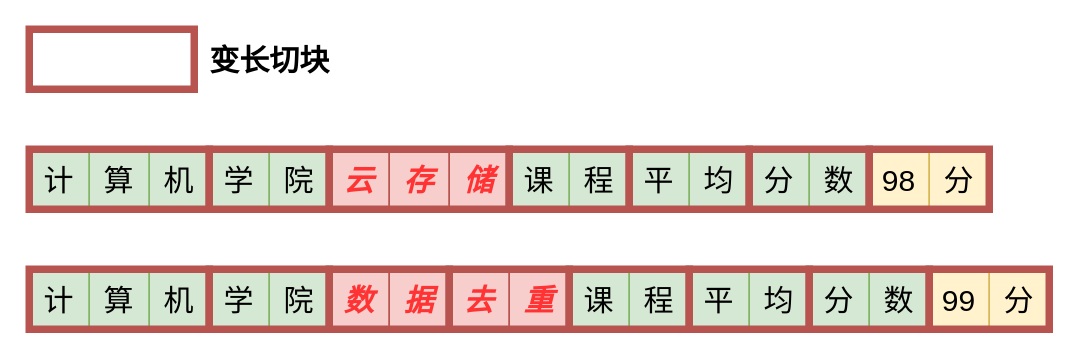
Before: figures/0406变长切块解决边界偏移问题.drawio in lucky6six/SJTU-lz, a draw.io diagram. Source tidied: cells renumbered, new cells numbered last; positions are measured from the earlier drawing's top-left corner, leaving out a move shared by most shapes. Both pictures are drawn from the tidied source at 150%, with x=0, y=0 at pixel (28, 28).
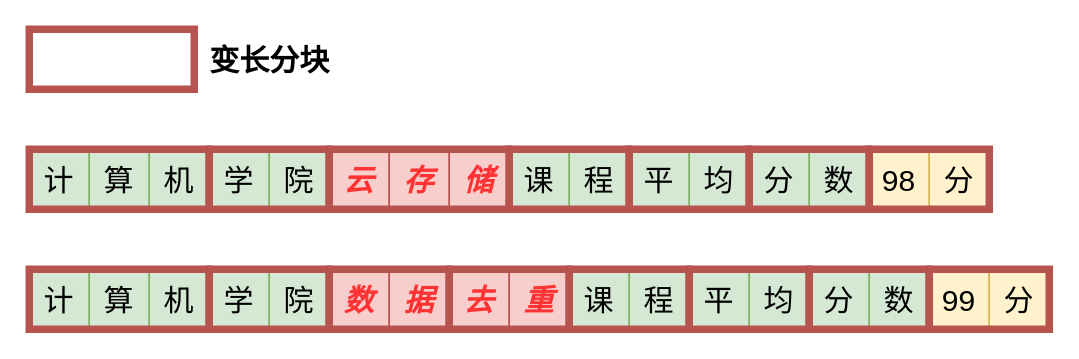
The same page after the edit.

Diff of the diagram source:
```diff
@@
-    <mxCell id="36" value="&lt;font&gt;&lt;span&gt;变长切块&lt;/span&gt;&lt;/font&gt;" style="text;html=1;align=center;verticalAlign=middle;strokeColor=none;fillColor=none;fontSize=20;fontStyle=1;" parent="1" vertex="1">
+    <mxCell id="36" value="&lt;font&gt;&lt;span&gt;变长分块&lt;/span&gt;&lt;/font&gt;" style="text;html=1;align=center;verticalAlign=middle;strokeColor=none;fillColor=none;fontSize=20;fontStyle=1;" parent="1" vertex="1">
       <mxGeometry x="110" width="100" height="40" as="geometry" />
     </mxCell>
```
